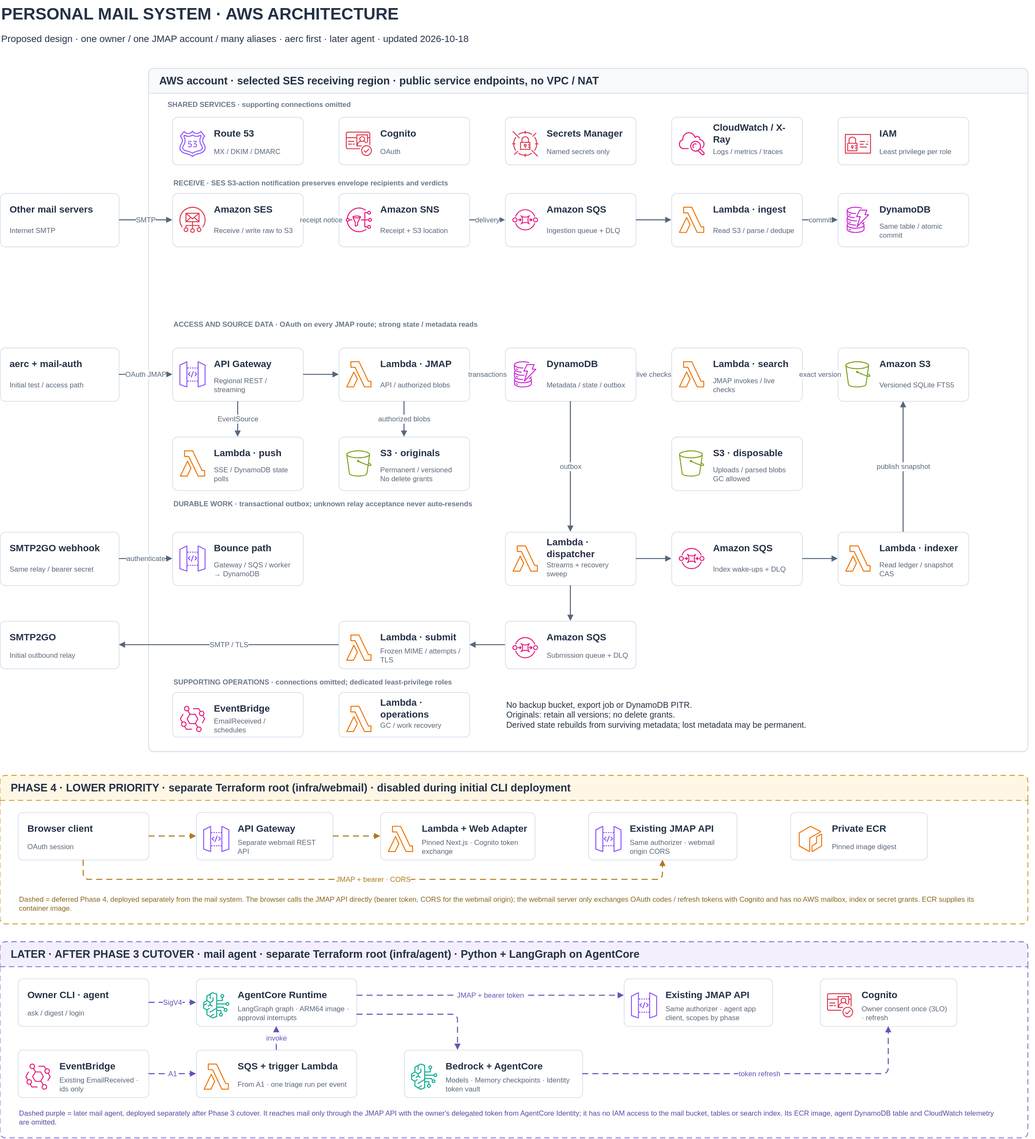
Earlier version of the draw.io export docs/diagrams/aws-mail-system.drawio.svg (zero11-0203/s3mail). Source tidied: cells renumbered, new cells last; positions are measured from the earlier drawing's top-left corner, leaving out a move shared by most shapes.
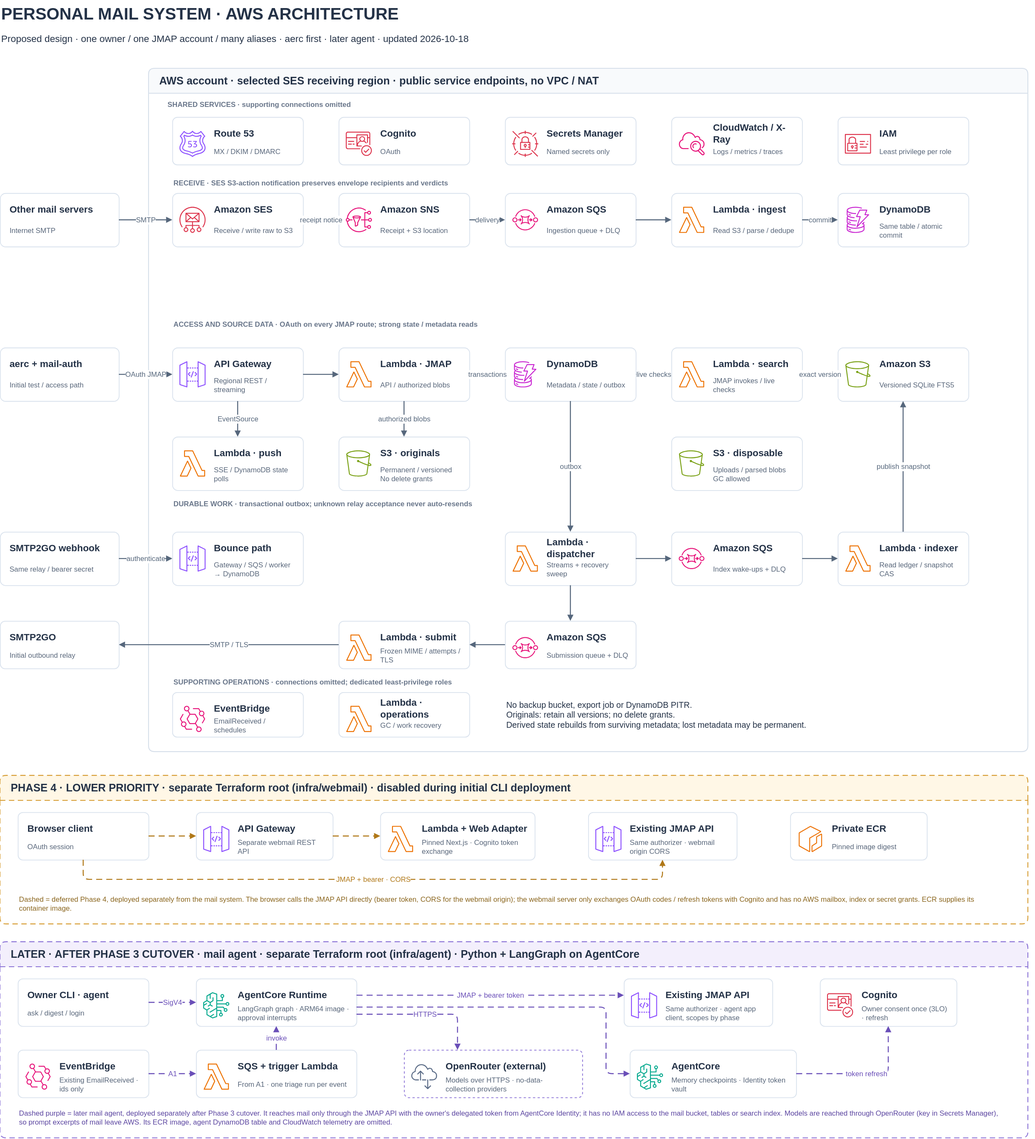
The same file after the commit.

What changed in the source:
```diff
@@ -587,17 +587,29 @@
       <mxGeometry x="68" y="42" width="192" height="32" as="geometry" />
     </mxCell>
     <mxCell id="195" style="whiteSpace=wrap;fontFamily=Helvetica;fontColor=#243247;rounded=1;arcSize=10;strokeColor=#D9E2ED;fillColor=#FFFFFF;strokeWidth=1.3;html=1;" parent="171" vertex="1">
-      <mxGeometry x="680" y="182" width="300" height="80" as="geometry" />
+      <mxGeometry x="1060" y="182" width="280" height="80" as="geometry" />
     </mxCell>
     <mxCell id="196" style="shape=mxgraph.aws4.bedrock;fillColor=#01A88D;strokeColor=none;html=1;" parent="195" vertex="1">
       <mxGeometry x="12" y="23" width="44" height="44" as="geometry" />
     </mxCell>
-    <mxCell id="197" value="Bedrock + AgentCore" style="whiteSpace=wrap;fontFamily=Helvetica;fontColor=#243247;text;strokeColor=none;fillColor=none;align=left;verticalAlign=middle;fontSize=16;fontColor=#243247;fontStyle=1;html=1;" parent="195" vertex="1">
-      <mxGeometry x="68" y="12" width="222" height="30" as="geometry" />
+    <mxCell id="197" value="AgentCore" style="whiteSpace=wrap;fontFamily=Helvetica;fontColor=#243247;text;strokeColor=none;fillColor=none;align=left;verticalAlign=middle;fontSize=16;fontColor=#243247;fontStyle=1;html=1;" parent="195" vertex="1">
+      <mxGeometry x="68" y="12" width="202" height="30" as="geometry" />
     </mxCell>
-    <mxCell id="198" value="Models · Memory checkpoints · Identity token vault" style="whiteSpace=wrap;fontFamily=Helvetica;fontColor=#243247;text;strokeColor=none;fillColor=none;align=left;verticalAlign=middle;fontSize=12;fontColor=#59677B;fontStyle=0;html=1;" parent="195" vertex="1">
-      <mxGeometry x="68" y="42" width="222" height="32" as="geometry" />
+    <mxCell id="198" value="Memory checkpoints · Identity token vault" style="whiteSpace=wrap;fontFamily=Helvetica;fontColor=#243247;text;strokeColor=none;fillColor=none;align=left;verticalAlign=middle;fontSize=12;fontColor=#59677B;fontStyle=0;html=1;" parent="195" vertex="1">
+      <mxGeometry x="68" y="42" width="202" height="32" as="geometry" />
     </mxCell>
+    <mxCell id="206" style="whiteSpace=wrap;fontFamily=Helvetica;fontColor=#243247;rounded=1;arcSize=10;strokeColor=#8B73D6;fillColor=#FFFFFF;strokeWidth=1.3;dashed=1;dashPattern=3 3;html=1;" parent="171" vertex="1">
+      <mxGeometry x="680" y="182" width="300" height="80" as="geometry" />
+    </mxCell>
+    <mxCell id="207" style="shape=mxgraph.aws4.internet_alt2;fillColor=#5A6B86;strokeColor=none;html=1;" parent="206" vertex="1">
+      <mxGeometry x="12" y="23" width="44" height="44" as="geometry" />
+    </mxCell>
+    <mxCell id="208" value="OpenRouter (external)" style="whiteSpace=wrap;fontFamily=Helvetica;fontColor=#243247;text;strokeColor=none;fillColor=none;align=left;verticalAlign=middle;fontSize=16;fontColor=#243247;fontStyle=1;html=1;" parent="206" vertex="1">
+      <mxGeometry x="68" y="12" width="222" height="30" as="geometry" />
+    </mxCell>
+    <mxCell id="209" value="Models over HTTPS · no-data-collection providers" style="whiteSpace=wrap;fontFamily=Helvetica;fontColor=#243247;text;strokeColor=none;fillColor=none;align=left;verticalAlign=middle;fontSize=12;fontColor=#59677B;fontStyle=0;html=1;" parent="206" vertex="1">
+      <mxGeometry x="68" y="42" width="202" height="32" as="geometry" />
+    </mxCell>
     <mxCell id="199" value="SigV4" style="edgeStyle=orthogonalEdgeStyle;rounded=1;html=1;endArrow=block;endFill=1;strokeColor=#6A4FB8;strokeWidth=1.7;fontFamily=Helvetica;fontSize=12;fontColor=#6A4FB8;labelBackgroundColor=#FFFFFF;dashed=1;dashPattern=6 4;" parent="171" edge="1" source="172" target="175">
       <mxGeometry relative="1" as="geometry" />
     </mxCell>
@@ -610,13 +622,21 @@
     <mxCell id="202" value="invoke" style="edgeStyle=orthogonalEdgeStyle;rounded=1;html=1;endArrow=block;endFill=1;strokeColor=#6A4FB8;strokeWidth=1.7;fontFamily=Helvetica;fontSize=12;fontColor=#6A4FB8;labelBackgroundColor=#FFFFFF;dashed=1;dashPattern=6 4;exitX=0.5;exitY=0;exitDx=0;exitDy=0;entryX=0.5;entryY=1;entryDx=0;entryDy=0;" parent="171" edge="1" source="191" target="175">
       <mxGeometry relative="1" as="geometry" />
     </mxCell>
-    <mxCell id="203" style="edgeStyle=orthogonalEdgeStyle;rounded=1;html=1;endArrow=block;endFill=1;strokeColor=#6A4FB8;strokeWidth=1.7;fontFamily=Helvetica;fontSize=12;fontColor=#6A4FB8;labelBackgroundColor=#FFFFFF;dashed=1;dashPattern=6 4;exitX=1;exitY=0.75;exitDx=0;exitDy=0;entryX=0.3;entryY=0;entryDx=0;entryDy=0;" parent="171" edge="1" source="175" target="195">
+    <mxCell id="203" value="HTTPS" style="edgeStyle=orthogonalEdgeStyle;rounded=1;html=1;endArrow=block;endFill=1;strokeColor=#6A4FB8;strokeWidth=1.7;fontFamily=Helvetica;fontSize=12;fontColor=#6A4FB8;labelBackgroundColor=#FFFFFF;dashed=1;dashPattern=6 4;exitX=1;exitY=0.75;exitDx=0;exitDy=0;entryX=0.3;entryY=0;entryDx=0;entryDy=0;" parent="171" edge="1" source="175" target="206">
       <mxGeometry relative="1" as="geometry" />
     </mxCell>
+    <mxCell id="210" style="edgeStyle=orthogonalEdgeStyle;rounded=1;html=1;endArrow=block;endFill=1;strokeColor=#6A4FB8;strokeWidth=1.7;fontFamily=Helvetica;fontSize=12;fontColor=#6A4FB8;labelBackgroundColor=#FFFFFF;dashed=1;dashPattern=6 4;exitX=1;exitY=0.6;exitDx=0;exitDy=0;entryX=0;entryY=0.5;entryDx=0;entryDy=0;" parent="171" edge="1" source="175" target="195">
+      <mxGeometry relative="1" as="geometry">
+        <Array as="points">
+          <mxPoint x="1020" y="110" />
+          <mxPoint x="1020" y="222" />
+        </Array>
+      </mxGeometry>
+    </mxCell>
     <mxCell id="204" value="token refresh" style="edgeStyle=orthogonalEdgeStyle;rounded=1;html=1;endArrow=block;endFill=1;strokeColor=#6A4FB8;strokeWidth=1.7;fontFamily=Helvetica;fontSize=12;fontColor=#6A4FB8;labelBackgroundColor=#FFFFFF;dashed=1;dashPattern=6 4;exitX=1;exitY=0.5;exitDx=0;exitDy=0;entryX=0.5;entryY=1;entryDx=0;entryDy=0;" parent="171" edge="1" source="195" target="183">
       <mxGeometry relative="1" as="geometry" />
     </mxCell>
-    <mxCell id="205" value="Dashed purple = later mail agent, deployed separately after Phase 3 cutover. It reaches mail only through the JMAP API with the owner's delegated token from AgentCore Identity; it has no IAM access to the mail bucket, tables or search index. Its ECR image, agent DynamoDB table and CloudWatch telemetry are omitted." style="whiteSpace=wrap;fontFamily=Helvetica;fontColor=#243247;text;strokeColor=none;fillColor=none;align=left;verticalAlign=middle;fontSize=12;fontColor=#5B45A0;fontStyle=0;html=1;" parent="171" vertex="1">
+    <mxCell id="205" value="Dashed purple = later mail agent, deployed separately after Phase 3 cutover. It reaches mail only through the JMAP API with the owner's delegated token from AgentCore Identity; it has no IAM access to the mail bucket, tables or search index. Models are reached through OpenRouter (key in Secrets Manager), so prompt excerpts of mail leave AWS. Its ECR image, agent DynamoDB table and CloudWatch telemetry are omitted." style="whiteSpace=wrap;fontFamily=Helvetica;fontColor=#243247;text;strokeColor=none;fillColor=none;align=left;verticalAlign=middle;fontSize=12;fontColor=#5B45A0;fontStyle=0;html=1;" parent="171" vertex="1">
       <mxGeometry x="30" y="278" width="1650" height="36" as="geometry" />
     </mxCell>
   </root>
```
